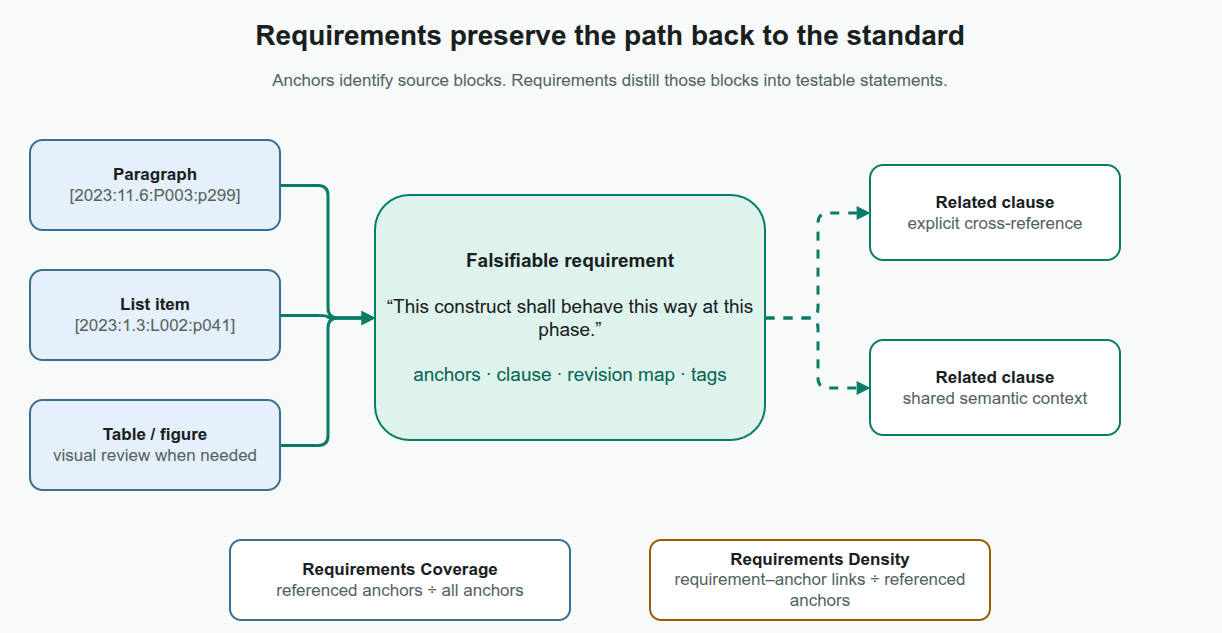
Above: docs/about/assets/traceable-requirements.drawio.png in kleverhq/svtorture (draw.io), before the change. Source tidied: cells renumbered, new cells last; positions are measured from the earlier drawing's top-left corner, leaving out a move shared by most shapes.
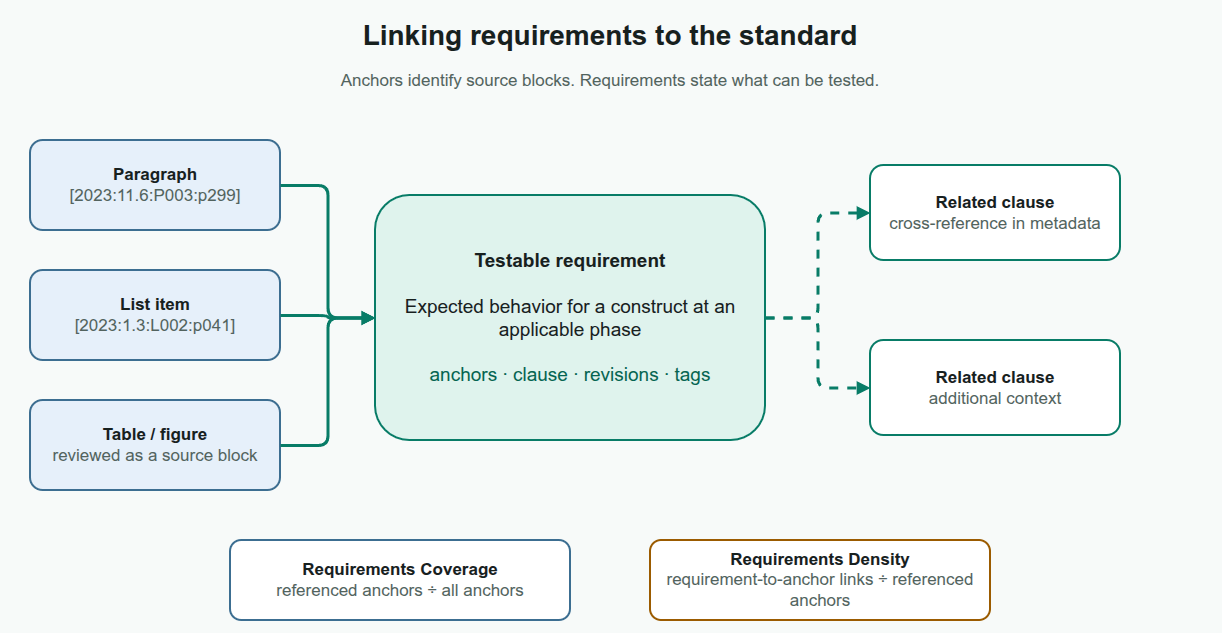
After the commit.

What changed in the source:
```diff
@@ -2,10 +2,10 @@
   <root>
     <mxCell id="0" />
     <mxCell id="1" parent="0" />
-    <mxCell id="2" value="Requirements preserve the path back to the standard" style="rounded=1;whiteSpace=wrap;html=1;arcSize=14;fillColor=none;strokeColor=none;strokeWidth=2;fontColor=#17201E;fontSize=28;fontStyle=1;align=center;verticalAlign=middle;spacing=10;rounded=0;spacing=0;verticalAlign=middle;" parent="1" vertex="1">
+    <mxCell id="2" value="Linking requirements to the standard" style="rounded=1;whiteSpace=wrap;html=1;arcSize=14;fillColor=none;strokeColor=none;strokeWidth=2;fontColor=#17201E;fontSize=28;fontStyle=1;align=center;verticalAlign=middle;spacing=10;rounded=0;spacing=0;verticalAlign=middle;" parent="1" vertex="1">
       <mxGeometry width="1200" height="50" as="geometry" />
     </mxCell>
-    <mxCell id="3" value="Anchors identify source blocks. Requirements distill those blocks into testable statements." style="rounded=1;whiteSpace=wrap;html=1;arcSize=14;fillColor=none;strokeColor=none;strokeWidth=2;fontColor=#52635E;fontSize=17;fontStyle=0;align=center;verticalAlign=middle;spacing=10;rounded=0;spacing=0;verticalAlign=middle;" parent="1" vertex="1">
+    <mxCell id="3" value="Anchors identify source blocks. Requirements state what can be tested." style="rounded=1;whiteSpace=wrap;html=1;arcSize=14;fillColor=none;strokeColor=none;strokeWidth=2;fontColor=#52635E;fontSize=17;fontStyle=0;align=center;verticalAlign=middle;spacing=10;rounded=0;spacing=0;verticalAlign=middle;" parent="1" vertex="1">
       <mxGeometry x="60" y="53" width="1080" height="35" as="geometry" />
     </mxCell>
     <mxCell id="4" value="&lt;b&gt;Paragraph&lt;/b&gt;&lt;br&gt;&lt;font color=&quot;#52635E&quot;&gt;[2023:11.6:P003:p299]&lt;/font&gt;" style="rounded=1;whiteSpace=wrap;html=1;arcSize=14;fillColor=#E6F0FA;strokeColor=#3C6E91;strokeWidth=2;fontColor=#17201E;fontSize=17;fontStyle=0;align=center;verticalAlign=middle;spacing=10;" parent="1" vertex="1">
@@ -14,16 +14,16 @@
     <mxCell id="5" value="&lt;b&gt;List item&lt;/b&gt;&lt;br&gt;&lt;font color=&quot;#52635E&quot;&gt;[2023:1.3:L002:p041]&lt;/font&gt;" style="rounded=1;whiteSpace=wrap;html=1;arcSize=14;fillColor=#E6F0FA;strokeColor=#3C6E91;strokeWidth=2;fontColor=#17201E;fontSize=17;fontStyle=0;align=center;verticalAlign=middle;spacing=10;" parent="1" vertex="1">
       <mxGeometry x="20" y="260" width="250" height="90" as="geometry" />
     </mxCell>
-    <mxCell id="6" value="&lt;b&gt;Table / figure&lt;/b&gt;&lt;br&gt;&lt;font color=&quot;#52635E&quot;&gt;visual review when needed&lt;/font&gt;" style="rounded=1;whiteSpace=wrap;html=1;arcSize=14;fillColor=#E6F0FA;strokeColor=#3C6E91;strokeWidth=2;fontColor=#17201E;fontSize=17;fontStyle=0;align=center;verticalAlign=middle;spacing=10;" parent="1" vertex="1">
+    <mxCell id="6" value="&lt;b&gt;Table / figure&lt;/b&gt;&lt;br&gt;&lt;font color=&quot;#52635E&quot;&gt;reviewed as a source block&lt;/font&gt;" style="rounded=1;whiteSpace=wrap;html=1;arcSize=14;fillColor=#E6F0FA;strokeColor=#3C6E91;strokeWidth=2;fontColor=#17201E;fontSize=17;fontStyle=0;align=center;verticalAlign=middle;spacing=10;" parent="1" vertex="1">
       <mxGeometry x="20" y="390" width="250" height="90" as="geometry" />
     </mxCell>
-    <mxCell id="7" value="&lt;b&gt;Falsifiable requirement&lt;/b&gt;&lt;br&gt;&lt;br&gt;“This construct shall behave this way at this phase.”&lt;br&gt;&lt;br&gt;&lt;font color=&quot;#056451&quot;&gt;anchors · clause · revision map · tags&lt;/font&gt;" style="rounded=1;whiteSpace=wrap;html=1;arcSize=14;fillColor=#DFF3ED;strokeColor=#087C67;strokeWidth=2;fontColor=#17201E;fontSize=19;fontStyle=0;align=center;verticalAlign=middle;spacing=10;" parent="1" vertex="1">
+    <mxCell id="7" value="&lt;b&gt;Testable requirement&lt;/b&gt;&lt;br&gt;&lt;br&gt;Expected behavior for a construct at an applicable phase&lt;br&gt;&lt;br&gt;&lt;font color=&quot;#056451&quot;&gt;anchors · clause · revisions · tags&lt;/font&gt;" style="rounded=1;whiteSpace=wrap;html=1;arcSize=14;fillColor=#DFF3ED;strokeColor=#087C67;strokeWidth=2;fontColor=#17201E;fontSize=19;fontStyle=0;align=center;verticalAlign=middle;spacing=10;" parent="1" vertex="1">
       <mxGeometry x="365" y="185" width="390" height="245" as="geometry" />
     </mxCell>
-    <mxCell id="8" value="&lt;b&gt;Related clause&lt;/b&gt;&lt;br&gt;&lt;font color=&quot;#52635E&quot;&gt;explicit cross-reference&lt;/font&gt;" style="rounded=1;whiteSpace=wrap;html=1;arcSize=14;fillColor=#FFFFFF;strokeColor=#087C67;strokeWidth=2;fontColor=#17201E;fontSize=17;fontStyle=0;align=center;verticalAlign=middle;spacing=10;" parent="1" vertex="1">
+    <mxCell id="8" value="&lt;b&gt;Related clause&lt;/b&gt;&lt;br&gt;&lt;font color=&quot;#52635E&quot;&gt;cross-reference in metadata&lt;/font&gt;" style="rounded=1;whiteSpace=wrap;html=1;arcSize=14;fillColor=#FFFFFF;strokeColor=#087C67;strokeWidth=2;fontColor=#17201E;fontSize=17;fontStyle=0;align=center;verticalAlign=middle;spacing=10;" parent="1" vertex="1">
       <mxGeometry x="860" y="155" width="250" height="95" as="geometry" />
     </mxCell>
-    <mxCell id="9" value="&lt;b&gt;Related clause&lt;/b&gt;&lt;br&gt;&lt;font color=&quot;#52635E&quot;&gt;shared semantic context&lt;/font&gt;" style="rounded=1;whiteSpace=wrap;html=1;arcSize=14;fillColor=#FFFFFF;strokeColor=#087C67;strokeWidth=2;fontColor=#17201E;fontSize=17;fontStyle=0;align=center;verticalAlign=middle;spacing=10;" parent="1" vertex="1">
+    <mxCell id="9" value="&lt;b&gt;Related clause&lt;/b&gt;&lt;br&gt;&lt;font color=&quot;#52635E&quot;&gt;additional context&lt;/font&gt;" style="rounded=1;whiteSpace=wrap;html=1;arcSize=14;fillColor=#FFFFFF;strokeColor=#087C67;strokeWidth=2;fontColor=#17201E;fontSize=17;fontStyle=0;align=center;verticalAlign=middle;spacing=10;" parent="1" vertex="1">
       <mxGeometry x="860" y="330" width="250" height="95" as="geometry" />
     </mxCell>
     <mxCell id="10" style="edgeStyle=orthogonalEdgeStyle;rounded=1;jettySize=auto;html=1;strokeColor=#087C67;strokeWidth=3;endArrow=block;endFill=1;exitX=1;exitY=0.5;entryX=0;entryY=0.5;dashed=0;" parent="1" edge="1" source="4" target="7">
@@ -44,7 +44,7 @@
     <mxCell id="15" value="&lt;b&gt;Requirements Coverage&lt;/b&gt;&lt;br&gt;&lt;font color=&quot;#52635E&quot;&gt;referenced anchors ÷ all anchors&lt;/font&gt;" style="rounded=1;whiteSpace=wrap;html=1;arcSize=14;fillColor=#FFFFFF;strokeColor=#3C6E91;strokeWidth=2;fontColor=#17201E;fontSize=17;fontStyle=0;align=center;verticalAlign=middle;spacing=10;" parent="1" vertex="1">
       <mxGeometry x="220" y="530" width="340" height="80" as="geometry" />
     </mxCell>
-    <mxCell id="16" value="&lt;b&gt;Requirements Density&lt;/b&gt;&lt;br&gt;&lt;font color=&quot;#52635E&quot;&gt;requirement–anchor links ÷ referenced anchors&lt;/font&gt;" style="rounded=1;whiteSpace=wrap;html=1;arcSize=14;fillColor=#FFFFFF;strokeColor=#9B5B00;strokeWidth=2;fontColor=#17201E;fontSize=17;fontStyle=0;align=center;verticalAlign=middle;spacing=10;" parent="1" vertex="1">
+    <mxCell id="16" value="&lt;b&gt;Requirements Density&lt;/b&gt;&lt;br&gt;&lt;font color=&quot;#52635E&quot;&gt;requirement-to-anchor links ÷ referenced anchors&lt;/font&gt;" style="rounded=1;whiteSpace=wrap;html=1;arcSize=14;fillColor=#FFFFFF;strokeColor=#9B5B00;strokeWidth=2;fontColor=#17201E;fontSize=17;fontStyle=0;align=center;verticalAlign=middle;spacing=10;" parent="1" vertex="1">
       <mxGeometry x="640" y="530" width="340" height="80" as="geometry" />
     </mxCell>
   </root>
```
